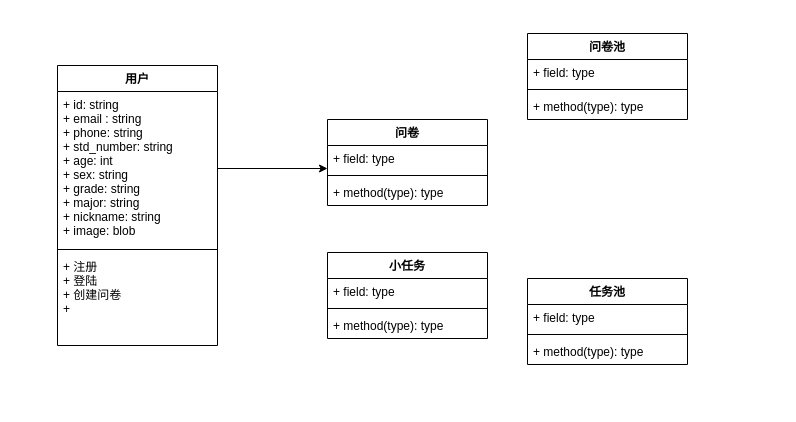
Above: managerwork/ Domian Model.drawio in Walikrence/swsad-project (draw.io), before the change. Source tidied: cells renumbered, new cells numbered last; positions are measured from the earlier drawing's top-left corner, leaving out a move shared by most shapes. Both pictures are drawn from the tidied source at 100%, with x=0, y=0 at pixel (57, 33).
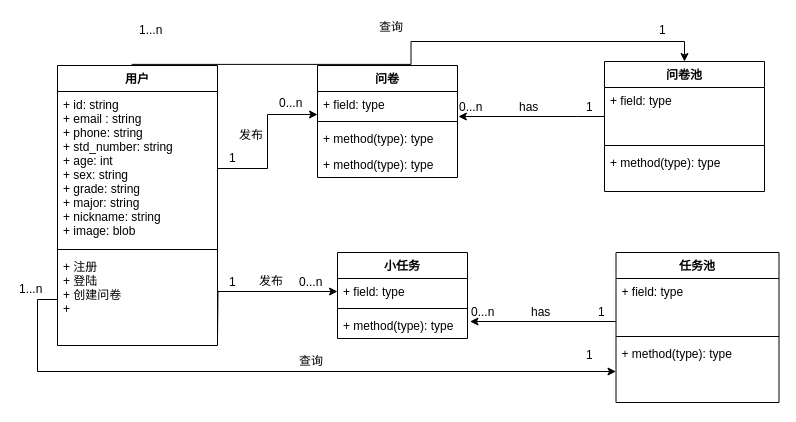
After the change.

Unchanged cells that the change refers to:
```xml
<mxCell id="2" value="用户" style="swimlane;fontStyle=1;align=center;verticalAlign=top;horizontal=1;startSize=26;" parent="1" vertex="1">
  <mxGeometry y="32" width="160" height="280" as="geometry" />
</mxCell>
<mxCell id="5" value="+ 注册&#10;+ 登陆&#10;+ 创建问卷&#10;+ " style="text;strokeColor=none;fillColor=none;align=left;verticalAlign=top;spacingLeft=4;spacingRight=4;overflow=hidden;points=[[0,0.5],[1,0.5]];portConstraint=eastwest;" parent="2" vertex="1">
  <mxGeometry y="188" width="160" height="92" as="geometry" />
</mxCell>
```

Change to the diagram source:
```diff
@@
     <mxCell id="6" value="问卷" style="swimlane;fontStyle=1;align=center;verticalAlign=top;horizontal=1;startSize=26;" parent="1" vertex="1">
-      <mxGeometry x="270" y="86" width="160" height="86" as="geometry" />
+      <mxGeometry x="260" y="32" width="140" height="112" as="geometry" />
     </mxCell>
     <mxCell id="7" value="+ field: type" style="text;strokeColor=none;fillColor=none;align=left;verticalAlign=top;spacingLeft=4;spacingRight=4;overflow=hidden;points=[[0,0.5],[1,0.5]];portConstraint=eastwest;" parent="6" vertex="1">
-      <mxGeometry y="26" width="160" height="26" as="geometry" />
+      <mxGeometry y="26" width="140" height="26" as="geometry" />
     </mxCell>
     <mxCell id="8" style="line;strokeWidth=1;fillColor=none;align=left;verticalAlign=middle;spacingTop=-1;spacingLeft=3;spacingRight=3;labelPosition=right;" parent="6" vertex="1">
-      <mxGeometry y="52" width="160" height="8" as="geometry" />
+      <mxGeometry y="52" width="140" height="8" as="geometry" />
     </mxCell>
+    <mxCell id="23" value="+ method(type): type" style="text;strokeColor=none;fillColor=none;align=left;verticalAlign=top;spacingLeft=4;spacingRight=4;overflow=hidden;" parent="6" vertex="1">
+      <mxGeometry y="60" width="140" height="26" as="geometry" />
+    </mxCell>
     <mxCell id="9" value="+ method(type): type" style="text;strokeColor=none;fillColor=none;align=left;verticalAlign=top;spacingLeft=4;spacingRight=4;overflow=hidden;" parent="6" vertex="1">
-      <mxGeometry y="60" width="160" height="26" as="geometry" />
+      <mxGeometry y="86" width="140" height="26" as="geometry" />
     </mxCell>
     <mxCell id="10" value="小任务" style="swimlane;fontStyle=1;align=center;verticalAlign=top;horizontal=1;startSize=26;" parent="1" vertex="1">
-      <mxGeometry x="270" y="219" width="160" height="86" as="geometry" />
+      <mxGeometry x="280" y="219" width="130" height="86" as="geometry" />
     </mxCell>
     <mxCell id="11" value="+ field: type" style="text;strokeColor=none;fillColor=none;align=left;verticalAlign=top;spacingLeft=4;spacingRight=4;overflow=hidden;points=[[0,0.5],[1,0.5]];portConstraint=eastwest;" parent="10" vertex="1">
-      <mxGeometry y="26" width="160" height="26" as="geometry" />
+      <mxGeometry y="26" width="130" height="26" as="geometry" />
     </mxCell>
     <mxCell id="12" style="line;strokeWidth=1;fillColor=none;align=left;verticalAlign=middle;spacingTop=-1;spacingLeft=3;spacingRight=3;labelPosition=right;" parent="10" vertex="1">
-      <mxGeometry y="52" width="160" height="8" as="geometry" />
+      <mxGeometry y="52" width="130" height="8" as="geometry" />
     </mxCell>
     <mxCell id="13" value="+ method(type): type" style="text;strokeColor=none;fillColor=none;align=left;verticalAlign=top;spacingLeft=4;spacingRight=4;overflow=hidden;" parent="10" vertex="1">
-      <mxGeometry y="60" width="160" height="26" as="geometry" />
+      <mxGeometry y="60" width="130" height="26" as="geometry" />
     </mxCell>
     <mxCell id="14" value="问卷池" style="swimlane;fontStyle=1;align=center;verticalAlign=top;horizontal=1;startSize=26;" parent="1" vertex="1">
-      <mxGeometry x="470" width="160" height="86" as="geometry" />
+      <mxGeometry x="547" y="28" width="160" height="130" as="geometry" />
     </mxCell>
     <mxCell id="15" value="+ field: type" style="text;strokeColor=none;fillColor=none;align=left;verticalAlign=top;spacingLeft=4;spacingRight=4;overflow=hidden;" parent="14" vertex="1">
-      <mxGeometry y="26" width="160" height="26" as="geometry" />
+      <mxGeometry y="26" width="160" height="54" as="geometry" />
     </mxCell>
     <mxCell id="16" style="line;strokeWidth=1;fillColor=none;align=left;verticalAlign=middle;spacingTop=-1;spacingLeft=3;spacingRight=3;labelPosition=right;" parent="14" vertex="1">
-      <mxGeometry y="52" width="160" height="8" as="geometry" />
+      <mxGeometry y="80" width="160" height="8" as="geometry" />
     </mxCell>
     <mxCell id="17" value="+ method(type): type" style="text;strokeColor=none;fillColor=none;align=left;verticalAlign=top;spacingLeft=4;spacingRight=4;overflow=hidden;" parent="14" vertex="1">
-      <mxGeometry y="60" width="160" height="26" as="geometry" />
+      <mxGeometry y="88" width="160" height="42" as="geometry" />
     </mxCell>
     <mxCell id="18" value="任务池" style="swimlane;fontStyle=1;align=center;verticalAlign=top;horizontal=1;startSize=26;" parent="1" vertex="1">
-      <mxGeometry x="470" y="245" width="160" height="86" as="geometry" />
+      <mxGeometry x="558.5" y="219" width="163" height="150" as="geometry" />
     </mxCell>
     <mxCell id="19" value="+ field: type" style="text;strokeColor=none;fillColor=none;align=left;verticalAlign=top;spacingLeft=4;spacingRight=4;overflow=hidden;" parent="18" vertex="1">
-      <mxGeometry y="26" width="160" height="26" as="geometry" />
+      <mxGeometry y="26" width="163" height="54" as="geometry" />
     </mxCell>
     <mxCell id="20" style="line;strokeWidth=1;fillColor=none;align=left;verticalAlign=middle;spacingTop=-1;spacingLeft=3;spacingRight=3;labelPosition=right;" parent="18" vertex="1">
-      <mxGeometry y="52" width="160" height="8" as="geometry" />
+      <mxGeometry y="80" width="163" height="8" as="geometry" />
     </mxCell>
     <mxCell id="21" value="+ method(type): type" style="text;strokeColor=none;fillColor=none;align=left;verticalAlign=top;spacingLeft=4;spacingRight=4;overflow=hidden;points=[[0,0.5],[1,0.5]];portConstraint=eastwest;" parent="18" vertex="1">
-      <mxGeometry y="60" width="160" height="26" as="geometry" />
+      <mxGeometry y="88" width="163" height="62" as="geometry" />
     </mxCell>
@@
+    <mxCell id="24" value="1" style="text;html=1;align=left;verticalAlign=top;spacingTop=-4;" parent="1" vertex="1">
+      <mxGeometry x="170" y="115" width="20" height="20" as="geometry" />
+    </mxCell>
+    <mxCell id="25" value="0...n" style="text;html=1;align=left;verticalAlign=top;spacingTop=-4;" parent="1" vertex="1">
+      <mxGeometry x="220" y="60" width="40" height="20" as="geometry" />
+    </mxCell>
+    <mxCell id="26" value="发布" style="text;html=1;align=left;verticalAlign=top;spacingTop=-4;" parent="1" vertex="1">
+      <mxGeometry x="180" y="92" width="40" height="20" as="geometry" />
+    </mxCell>
+    <mxCell id="27" style="edgeStyle=orthogonalEdgeStyle;rounded=0;jettySize=auto;html=1;exitX=1;exitY=0.5;exitDx=0;exitDy=0;entryX=0;entryY=0.5;entryDx=0;entryDy=0;" parent="1" edge="1" target="11">
+      <mxGeometry relative="1" as="geometry">
+        <mxPoint x="160" y="304" as="sourcePoint" />
+      </mxGeometry>
+    </mxCell>
+    <mxCell id="28" value="1" style="text;html=1;align=left;verticalAlign=top;spacingTop=-4;" parent="1" vertex="1">
+      <mxGeometry x="170" y="239" width="20" height="20" as="geometry" />
+    </mxCell>
+    <mxCell id="29" value="0...n" style="text;html=1;align=left;verticalAlign=top;spacingTop=-4;" parent="1" vertex="1">
+      <mxGeometry x="240" y="239" width="40" height="20" as="geometry" />
+    </mxCell>
+    <mxCell id="30" value="发布" style="text;html=1;align=left;verticalAlign=top;spacingTop=-4;" parent="1" vertex="1">
+      <mxGeometry x="200" y="238" width="40" height="20" as="geometry" />
+    </mxCell>
+    <mxCell id="31" style="edgeStyle=orthogonalEdgeStyle;rounded=0;jettySize=auto;html=1;entryX=1.006;entryY=0.962;entryDx=0;entryDy=0;entryPerimeter=0;" parent="1" edge="1" target="7">
+      <mxGeometry relative="1" as="geometry">
+        <mxPoint x="547" y="83" as="sourcePoint" />
+        <Array as="points">
+          <mxPoint x="520" y="83" />
+          <mxPoint x="520" y="83" />
+        </Array>
+      </mxGeometry>
+    </mxCell>
+    <mxCell id="32" value="0...n" style="text;html=1;align=left;verticalAlign=top;spacingTop=-4;" parent="1" vertex="1">
+      <mxGeometry x="400" y="64" width="40" height="20" as="geometry" />
+    </mxCell>
+    <mxCell id="33" value="1" style="text;html=1;align=left;verticalAlign=top;spacingTop=-4;" parent="1" vertex="1">
+      <mxGeometry x="527" y="64" width="20" height="20" as="geometry" />
+    </mxCell>
+    <mxCell id="34" value="has" style="text;html=1;align=left;verticalAlign=top;spacingTop=-4;" parent="1" vertex="1">
+      <mxGeometry x="460" y="64" width="30" height="20" as="geometry" />
+    </mxCell>
+    <mxCell id="35" style="edgeStyle=orthogonalEdgeStyle;rounded=0;orthogonalLoop=1;jettySize=auto;html=1;entryX=1.006;entryY=0.962;entryDx=0;entryDy=0;entryPerimeter=0;" parent="1" edge="1">
+      <mxGeometry relative="1" as="geometry">
+        <mxPoint x="558.5" y="288" as="sourcePoint" />
+        <mxPoint x="412.5" y="288" as="targetPoint" />
+        <Array as="points">
+          <mxPoint x="531.5" y="288" />
+          <mxPoint x="531.5" y="288" />
+        </Array>
+      </mxGeometry>
+    </mxCell>
+    <mxCell id="36" value="0...n" style="text;html=1;align=left;verticalAlign=top;spacingTop=-4;" parent="1" vertex="1">
+      <mxGeometry x="411.5" y="269" width="40" height="20" as="geometry" />
+    </mxCell>
+    <mxCell id="37" value="1" style="text;html=1;align=left;verticalAlign=top;spacingTop=-4;" parent="1" vertex="1">
+      <mxGeometry x="538.5" y="269" width="20" height="20" as="geometry" />
+    </mxCell>
+    <mxCell id="38" value="has" style="text;html=1;align=left;verticalAlign=top;spacingTop=-4;" parent="1" vertex="1">
+      <mxGeometry x="471.5" y="269" width="30" height="20" as="geometry" />
+    </mxCell>
+    <mxCell id="39" style="edgeStyle=orthogonalEdgeStyle;rounded=0;jettySize=auto;html=1;exitX=0.463;exitY=-0.004;exitDx=0;exitDy=0;entryX=0.5;entryY=0;entryDx=0;entryDy=0;exitPerimeter=0;" parent="1" edge="1" source="2" target="14">
+      <mxGeometry relative="1" as="geometry" />
+    </mxCell>
+    <mxCell id="40" value="1...n" style="text;html=1;align=left;verticalAlign=top;spacingTop=-4;" parent="1" vertex="1">
+      <mxGeometry x="80" y="-13" width="40" height="20" as="geometry" />
+    </mxCell>
+    <mxCell id="41" value="1" style="text;html=1;align=left;verticalAlign=top;spacingTop=-4;" parent="1" vertex="1">
+      <mxGeometry x="600" y="-13" width="20" height="20" as="geometry" />
+    </mxCell>
+    <mxCell id="42" value="查询" style="text;html=1;align=left;verticalAlign=top;spacingTop=-4;" parent="1" vertex="1">
+      <mxGeometry x="320" y="-16" width="40" height="20" as="geometry" />
+    </mxCell>
+    <mxCell id="43" style="edgeStyle=orthogonalEdgeStyle;rounded=0;jettySize=auto;html=1;entryX=0;entryY=0.5;entryDx=0;entryDy=0;exitX=0;exitY=0.5;exitDx=0;exitDy=0;" parent="1" edge="1" source="5" target="21">
+      <mxGeometry relative="1" as="geometry" />
+    </mxCell>
+    <mxCell id="44" value="1...n" style="text;html=1;align=left;verticalAlign=top;spacingTop=-4;" parent="1" vertex="1">
+      <mxGeometry x="-40" y="246" width="40" height="20" as="geometry" />
+    </mxCell>
+    <mxCell id="45" value="1" style="text;html=1;align=left;verticalAlign=top;spacingTop=-4;" parent="1" vertex="1">
+      <mxGeometry x="527" y="312" width="20" height="20" as="geometry" />
+    </mxCell>
+    <mxCell id="46" value="查询" style="text;html=1;align=left;verticalAlign=top;spacingTop=-4;" parent="1" vertex="1">
+      <mxGeometry x="240" y="318" width="40" height="20" as="geometry" />
+    </mxCell>
```
